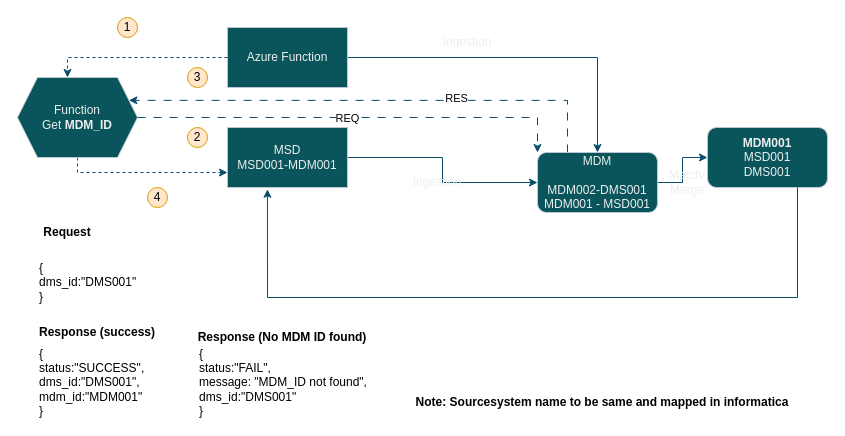
Above: page "DMS API" (43 of 46) of TME.drawio in biswarup81/drawings (draw.io), before the change. Source tidied: cells renumbered, new cells numbered last; positions are measured from the earlier drawing's top-left corner, leaving out a move shared by most shapes. Both pictures are drawn from the tidied source at 100%, with x=0, y=0 at pixel (17, 17).
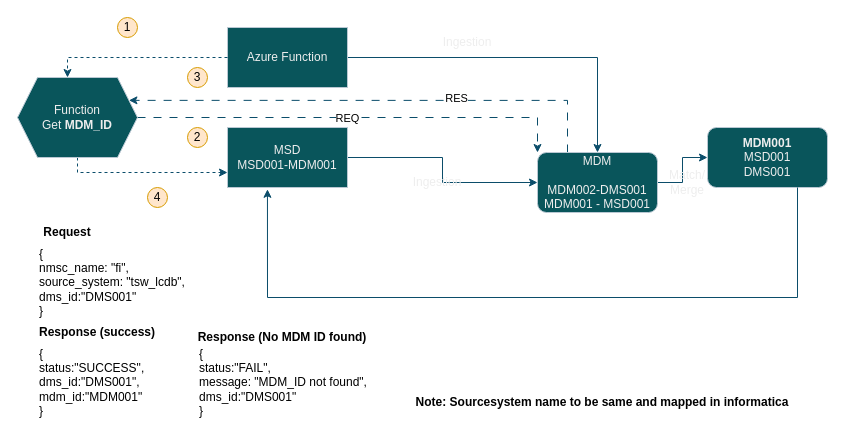
After the change.

The edit, as a diff of the source:
```diff
@@
-    <mxCell id="24" value="{&lt;div&gt;dms_id:&quot;DMS001&quot;&lt;br&gt;&lt;div&gt;}&lt;/div&gt;&lt;/div&gt;" style="text;html=1;align=left;verticalAlign=middle;whiteSpace=wrap;rounded=0;labelBackgroundColor=none;fontColor=#000000;" parent="1" vertex="1">
-      <mxGeometry x="20" y="230" width="120" height="70" as="geometry" />
+    <mxCell id="24" value="{&lt;div&gt;&lt;div&gt;nmsc_name: &quot;fi&quot;,&lt;/div&gt;&lt;div&gt;source_system: &quot;tsw_lcdb&quot;,&lt;/div&gt;&lt;div&gt;dms_id:&quot;DMS001&quot;&lt;div&gt;}&lt;/div&gt;&lt;/div&gt;&lt;/div&gt;" style="text;html=1;align=left;verticalAlign=middle;whiteSpace=wrap;rounded=0;labelBackgroundColor=none;fontColor=#000000;" parent="1" vertex="1">
+      <mxGeometry x="20" y="230" width="160" height="70" as="geometry" />
     </mxCell>
```
